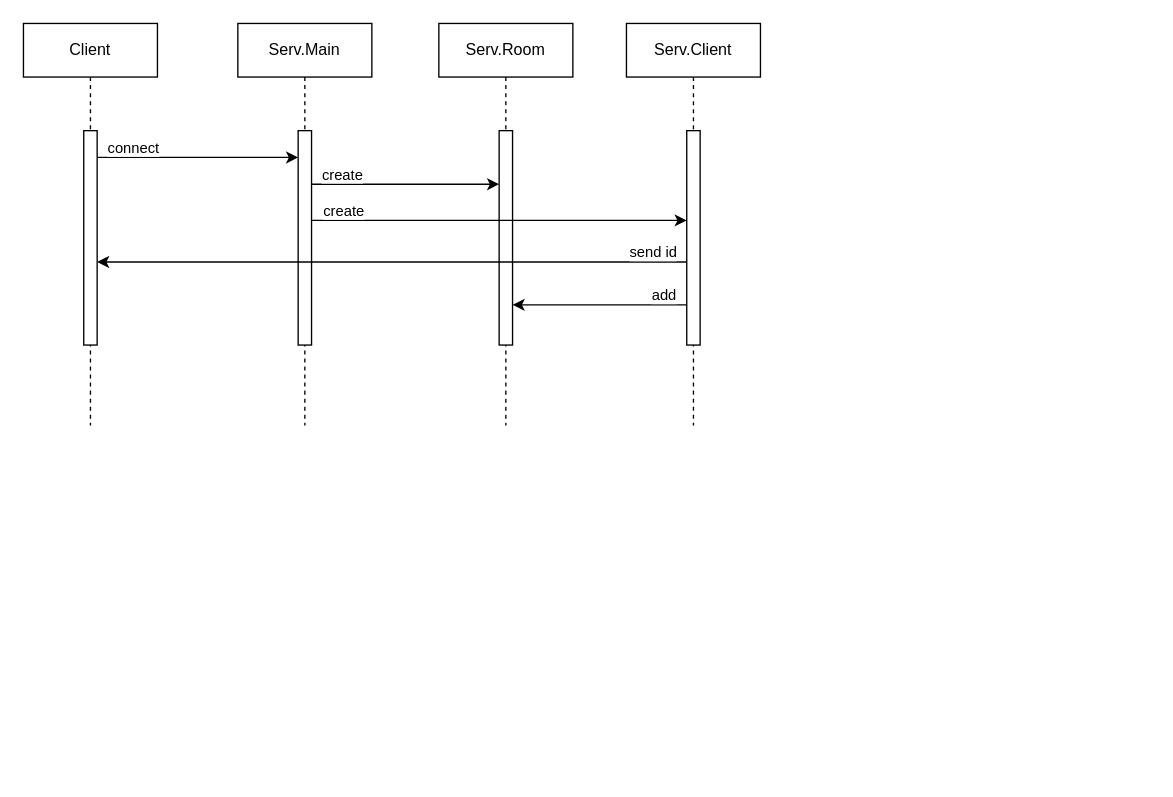
saeegonee/rpc-python-server keeps this draw.io diagram as diagram/client-server_sequence.drawio. Above is the earlier version. Source tidied: cells renumbered, new cells numbered last; positions are measured from the earlier drawing's top-left corner, leaving out a move shared by most shapes. Both pictures are drawn from the tidied source at 134%, with x=0, y=0 at pixel (23, 23).
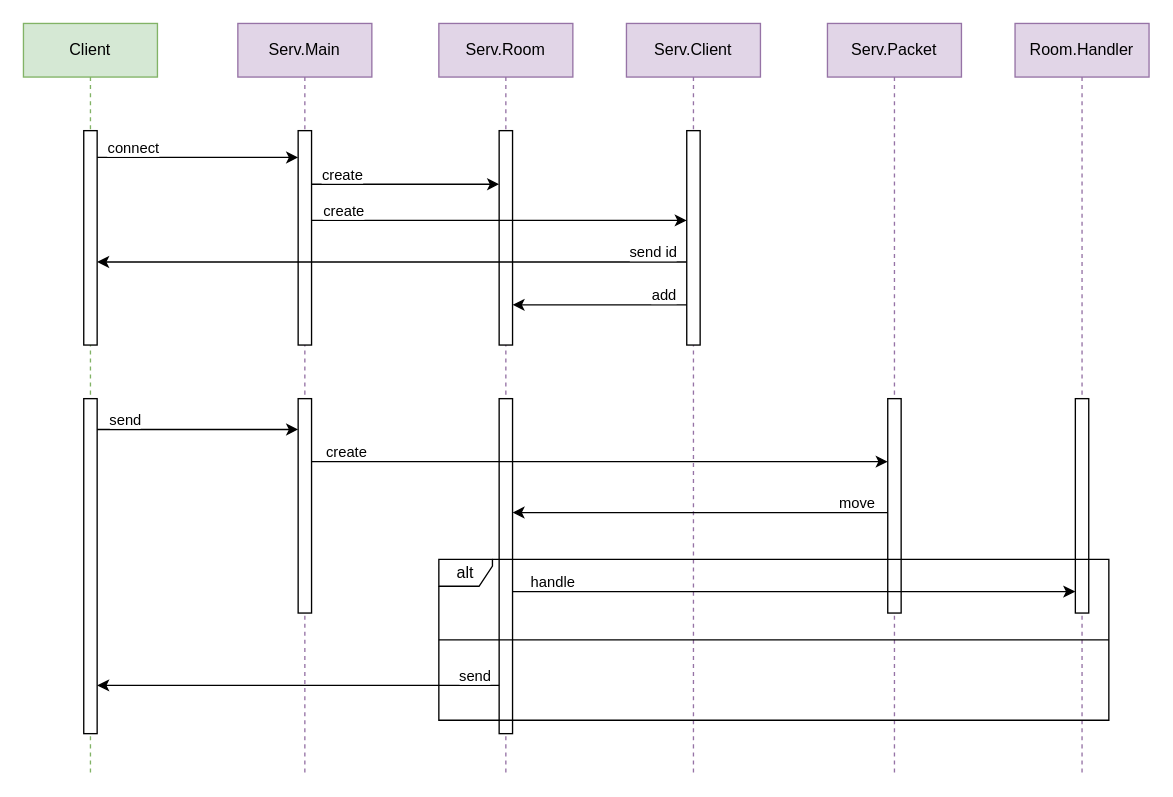
Above is the later version.

Commit message:
seq diqgram

Change to the diagram source:
```diff
@@
-    <mxCell id="2" value="Client" style="shape=umlLifeline;perimeter=lifelinePerimeter;whiteSpace=wrap;html=1;outlineConnect=0;portConstraint=eastwest;newEdgeStyle={&quot;edgeStyle&quot;:&quot;elbowEdgeStyle&quot;,&quot;elbow&quot;:&quot;vertical&quot;,&quot;curved&quot;:0,&quot;rounded&quot;:0};" parent="1" vertex="1">
-      <mxGeometry width="100" height="300" as="geometry" />
+    <mxCell id="2" value="Client" style="shape=umlLifeline;perimeter=lifelinePerimeter;whiteSpace=wrap;html=1;outlineConnect=0;portConstraint=eastwest;newEdgeStyle={&quot;edgeStyle&quot;:&quot;elbowEdgeStyle&quot;,&quot;elbow&quot;:&quot;vertical&quot;,&quot;curved&quot;:0,&quot;rounded&quot;:0};fillColor=#d5e8d4;strokeColor=#82b366;" parent="1" vertex="1">
+      <mxGeometry width="100" height="560" as="geometry" />
     </mxCell>
@@
+    <mxCell id="21" style="html=1;points=[];perimeter=orthogonalPerimeter;outlineConnect=0;targetShapes=umlLifeline;portConstraint=eastwest;newEdgeStyle={&quot;edgeStyle&quot;:&quot;elbowEdgeStyle&quot;,&quot;elbow&quot;:&quot;vertical&quot;,&quot;curved&quot;:0,&quot;rounded&quot;:0};" parent="2" vertex="1">
+      <mxGeometry x="45" y="280" width="10" height="250" as="geometry" />
+    </mxCell>
-    <mxCell id="5" value="Serv.Main" style="shape=umlLifeline;perimeter=lifelinePerimeter;whiteSpace=wrap;html=1;newEdgeStyle={&quot;edgeStyle&quot;:&quot;elbowEdgeStyle&quot;,&quot;elbow&quot;:&quot;vertical&quot;,&quot;curved&quot;:0,&quot;rounded&quot;:0};" parent="1" vertex="1">
-      <mxGeometry x="160" width="100" height="300" as="geometry" />
+    <mxCell id="5" value="Serv.Main" style="shape=umlLifeline;perimeter=lifelinePerimeter;whiteSpace=wrap;html=1;newEdgeStyle={&quot;edgeStyle&quot;:&quot;elbowEdgeStyle&quot;,&quot;elbow&quot;:&quot;vertical&quot;,&quot;curved&quot;:0,&quot;rounded&quot;:0};fillColor=#e1d5e7;strokeColor=#9673a6;" parent="1" vertex="1">
+      <mxGeometry x="160" width="100" height="560" as="geometry" />
     </mxCell>
@@
+    <mxCell id="22" style="html=1;perimeter=orthogonalPerimeter;targetShapes=umlLifeline;newEdgeStyle={&quot;edgeStyle&quot;:&quot;elbowEdgeStyle&quot;,&quot;elbow&quot;:&quot;vertical&quot;,&quot;curved&quot;:0,&quot;rounded&quot;:0};" parent="5" vertex="1">
+      <mxGeometry x="45" y="280" width="10" height="160" as="geometry" />
+    </mxCell>
-    <mxCell id="7" value="Serv.Room" style="shape=umlLifeline;perimeter=lifelinePerimeter;whiteSpace=wrap;html=1;newEdgeStyle={&quot;edgeStyle&quot;:&quot;elbowEdgeStyle&quot;,&quot;elbow&quot;:&quot;vertical&quot;,&quot;curved&quot;:0,&quot;rounded&quot;:0};" parent="1" vertex="1">
-      <mxGeometry x="310" width="100" height="300" as="geometry" />
+    <mxCell id="7" value="Serv.Room" style="shape=umlLifeline;perimeter=lifelinePerimeter;whiteSpace=wrap;html=1;newEdgeStyle={&quot;edgeStyle&quot;:&quot;elbowEdgeStyle&quot;,&quot;elbow&quot;:&quot;vertical&quot;,&quot;curved&quot;:0,&quot;rounded&quot;:0};fillColor=#e1d5e7;strokeColor=#9673a6;" parent="1" vertex="1">
+      <mxGeometry x="310" width="100" height="560" as="geometry" />
     </mxCell>
@@
+    <mxCell id="23" style="html=1;perimeter=orthogonalPerimeter;targetShapes=umlLifeline;newEdgeStyle={&quot;edgeStyle&quot;:&quot;elbowEdgeStyle&quot;,&quot;elbow&quot;:&quot;vertical&quot;,&quot;curved&quot;:0,&quot;rounded&quot;:0};" parent="7" vertex="1">
+      <mxGeometry x="45" y="280" width="10" height="250" as="geometry" />
+    </mxCell>
-    <mxCell id="9" value="Serv.Client" style="shape=umlLifeline;perimeter=lifelinePerimeter;whiteSpace=wrap;html=1;newEdgeStyle={&quot;edgeStyle&quot;:&quot;elbowEdgeStyle&quot;,&quot;elbow&quot;:&quot;vertical&quot;,&quot;curved&quot;:0,&quot;rounded&quot;:0};" parent="1" vertex="1">
-      <mxGeometry x="450" width="100" height="300" as="geometry" />
+    <mxCell id="9" value="Serv.Client" style="shape=umlLifeline;perimeter=lifelinePerimeter;whiteSpace=wrap;html=1;newEdgeStyle={&quot;edgeStyle&quot;:&quot;elbowEdgeStyle&quot;,&quot;elbow&quot;:&quot;vertical&quot;,&quot;curved&quot;:0,&quot;rounded&quot;:0};fillColor=#e1d5e7;strokeColor=#9673a6;" parent="1" vertex="1">
+      <mxGeometry x="450" width="100" height="560" as="geometry" />
     </mxCell>
@@
+    <mxCell id="24" style="edgeStyle=elbowEdgeStyle;rounded=0;orthogonalLoop=1;jettySize=auto;html=1;elbow=horizontal;curved=0;" parent="1" edge="1">
+      <mxGeometry relative="1" as="geometry">
+        <mxPoint x="55" y="303" as="sourcePoint" />
+        <mxPoint x="205" y="303" as="targetPoint" />
+      </mxGeometry>
+    </mxCell>
+    <mxCell id="25" value="send" style="edgeLabel;html=1;align=center;verticalAlign=middle;" parent="24" vertex="1">
+      <mxGeometry x="-0.55" y="-4" relative="1" as="geometry">
+        <mxPoint x="-14" y="-12" as="offset" />
+      </mxGeometry>
+    </mxCell>
+    <mxCell id="26" value="Serv.Packet" style="shape=umlLifeline;perimeter=lifelinePerimeter;whiteSpace=wrap;html=1;newEdgeStyle={&quot;edgeStyle&quot;:&quot;elbowEdgeStyle&quot;,&quot;elbow&quot;:&quot;vertical&quot;,&quot;curved&quot;:0,&quot;rounded&quot;:0};fillColor=#e1d5e7;strokeColor=#9673a6;" parent="1" vertex="1">
+      <mxGeometry x="600" width="100" height="560" as="geometry" />
+    </mxCell>
+    <mxCell id="27" style="html=1;perimeter=orthogonalPerimeter;targetShapes=umlLifeline;newEdgeStyle={&quot;edgeStyle&quot;:&quot;elbowEdgeStyle&quot;,&quot;elbow&quot;:&quot;vertical&quot;,&quot;curved&quot;:0,&quot;rounded&quot;:0};" parent="26" vertex="1">
+      <mxGeometry x="45" y="280" width="10" height="160" as="geometry" />
+    </mxCell>
+    <mxCell id="28" style="edgeStyle=elbowEdgeStyle;rounded=0;orthogonalLoop=1;jettySize=auto;html=1;elbow=vertical;curved=0;" parent="1" edge="1">
+      <mxGeometry relative="1" as="geometry">
+        <mxPoint x="215" y="327" as="sourcePoint" />
+        <mxPoint x="645" y="327" as="targetPoint" />
+      </mxGeometry>
+    </mxCell>
+    <mxCell id="29" value="create" style="edgeLabel;html=1;align=center;verticalAlign=middle;" parent="28" vertex="1">
+      <mxGeometry x="-0.82" relative="1" as="geometry">
+        <mxPoint x="-14" y="-8" as="offset" />
+      </mxGeometry>
+    </mxCell>
+    <mxCell id="30" style="edgeStyle=elbowEdgeStyle;rounded=0;orthogonalLoop=1;jettySize=auto;html=1;elbow=vertical;curved=0;" parent="1" edge="1">
+      <mxGeometry relative="1" as="geometry">
+        <mxPoint x="645" y="365" as="sourcePoint" />
+        <mxPoint x="365" y="365" as="targetPoint" />
+      </mxGeometry>
+    </mxCell>
+    <mxCell id="31" value="move" style="edgeLabel;html=1;align=center;verticalAlign=middle;fontFamily=Helvetica;fontSize=11;fontColor=default;labelBackgroundColor=default;fillColor=none;gradientColor=none;" parent="30" vertex="1">
+      <mxGeometry x="-0.71" y="1" relative="1" as="geometry">
+        <mxPoint x="17" y="-9" as="offset" />
+      </mxGeometry>
+    </mxCell>
+    <mxCell id="32" value="Room.Handler" style="shape=umlLifeline;perimeter=lifelinePerimeter;whiteSpace=wrap;html=1;newEdgeStyle={&quot;edgeStyle&quot;:&quot;elbowEdgeStyle&quot;,&quot;elbow&quot;:&quot;vertical&quot;,&quot;curved&quot;:0,&quot;rounded&quot;:0};fillColor=#e1d5e7;strokeColor=#9673a6;" parent="1" vertex="1">
+      <mxGeometry x="740" width="100" height="560" as="geometry" />
+    </mxCell>
+    <mxCell id="33" style="html=1;perimeter=orthogonalPerimeter;targetShapes=umlLifeline;newEdgeStyle={&quot;edgeStyle&quot;:&quot;elbowEdgeStyle&quot;,&quot;elbow&quot;:&quot;vertical&quot;,&quot;curved&quot;:0,&quot;rounded&quot;:0};" parent="32" vertex="1">
+      <mxGeometry x="45" y="280" width="10" height="160" as="geometry" />
+    </mxCell>
+    <mxCell id="34" style="edgeStyle=elbowEdgeStyle;rounded=0;orthogonalLoop=1;jettySize=auto;html=1;elbow=vertical;curved=0;" parent="1" edge="1">
+      <mxGeometry relative="1" as="geometry">
+        <mxPoint x="365" y="424" as="sourcePoint" />
+        <mxPoint x="785" y="424" as="targetPoint" />
+      </mxGeometry>
+    </mxCell>
+    <mxCell id="35" value="handle" style="edgeLabel;html=1;align=center;verticalAlign=middle;" parent="34" vertex="1">
+      <mxGeometry x="-0.79" y="-2" relative="1" as="geometry">
+        <mxPoint x="-15" y="-10" as="offset" />
+      </mxGeometry>
+    </mxCell>
+    <mxCell id="36" value="alt" style="shape=umlFrame;whiteSpace=wrap;html=1;width=40;height=20;" parent="1" vertex="1">
+      <mxGeometry x="310" y="400" width="500" height="120" as="geometry" />
+    </mxCell>
+    <mxCell id="37" style="line;strokeWidth=1;fillColor=none;align=left;verticalAlign=middle;spacingTop=-1;spacingLeft=3;spacingRight=3;labelPosition=right;strokeColor=inherit;" parent="1" vertex="1">
+      <mxGeometry x="310" y="456" width="500" height="8" as="geometry" />
+    </mxCell>
+    <mxCell id="38" style="edgeStyle=elbowEdgeStyle;rounded=0;jettySize=auto;html=1;elbow=vertical;curved=0;" parent="1" edge="1" target="21">
+      <mxGeometry relative="1" as="geometry">
+        <mxPoint x="355" y="494" as="sourcePoint" />
+      </mxGeometry>
+    </mxCell>
+    <mxCell id="39" value="send" style="edgeLabel;html=1;align=center;verticalAlign=middle;" parent="38" vertex="1">
+      <mxGeometry x="-0.83" y="1" relative="1" as="geometry">
+        <mxPoint x="7" y="-9" as="offset" />
+      </mxGeometry>
+    </mxCell>
```
